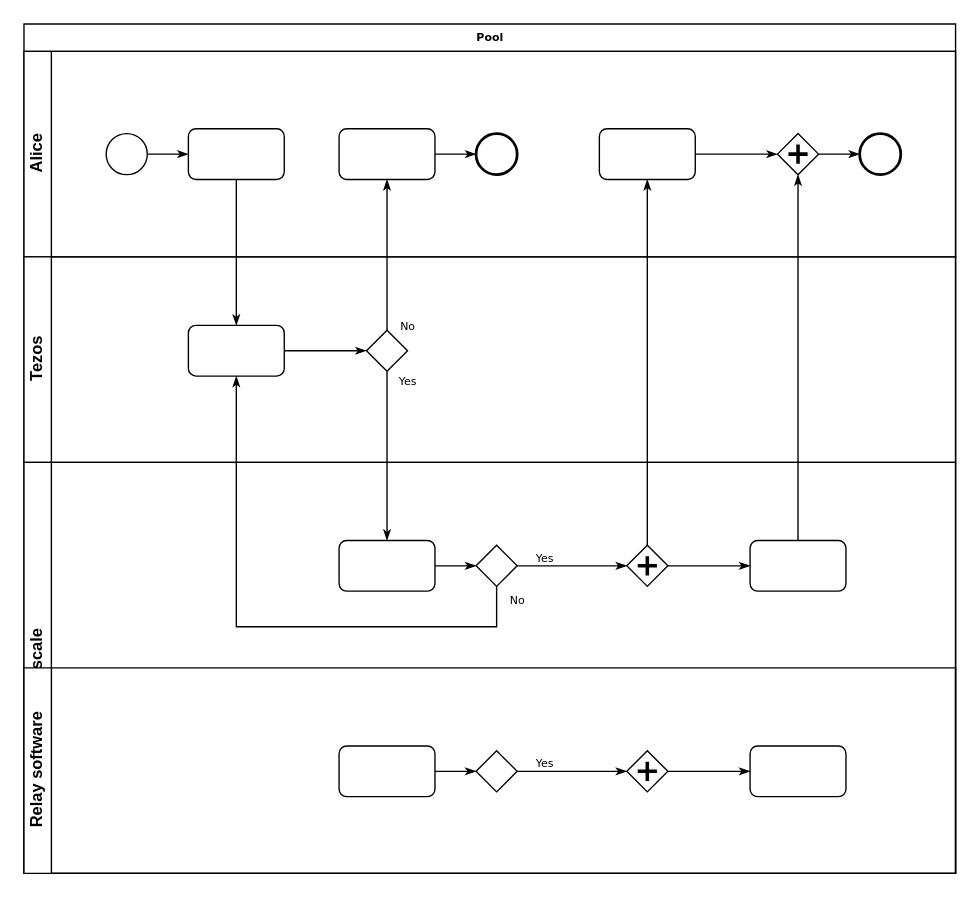
The draw.io diagram R&D/atomic-swaps/Untitled Diagram.drawio in everscale-experts/hackathon_new, before the edit. Source tidied: cells renumbered, new cells numbered last; positions are measured from the earlier drawing's top-left corner, leaving out a move shared by most shapes. Both pictures are drawn from the tidied source at 137%, with x=0, y=0 at pixel (23, 23).
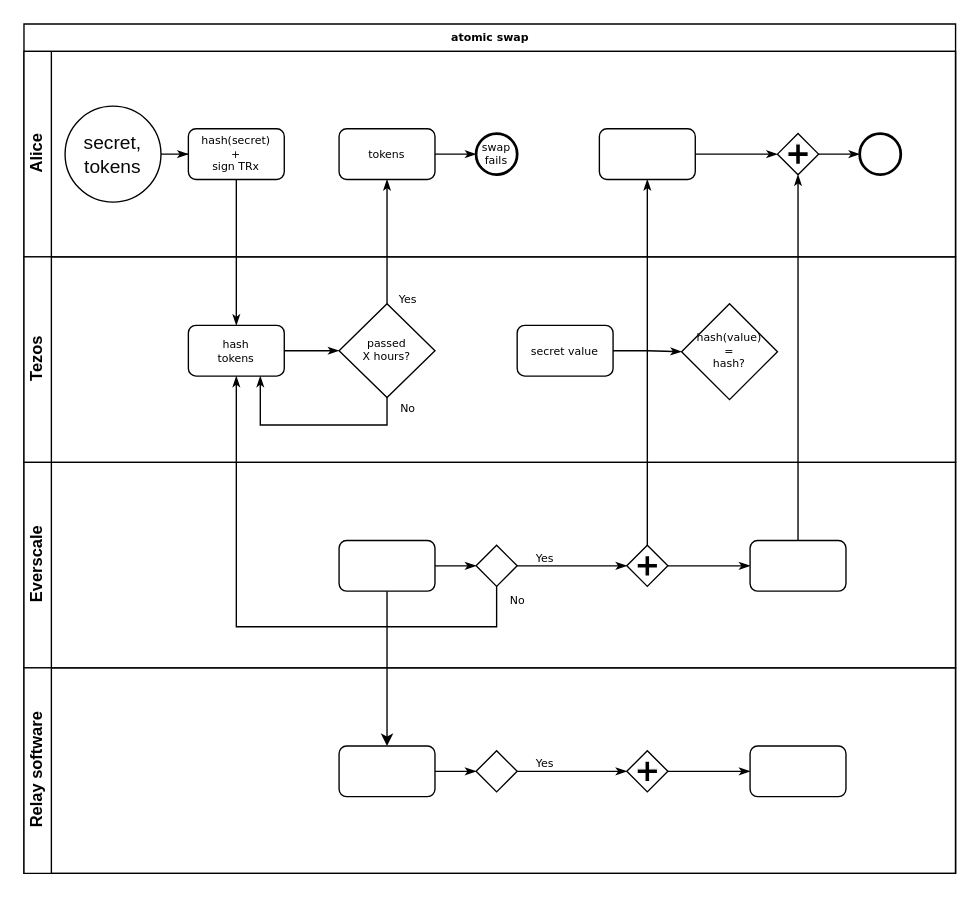
After the change.

The change refers to these unchanged cells:
```xml
<mxCell id="3" value="Alice" style="swimlane;html=1;startSize=20;horizontal=0;" parent="2" vertex="1">
  <mxGeometry y="20" width="680" height="150" as="geometry" />
</mxCell>
<mxCell id="11" style="rounded=1;whiteSpace=wrap;html=1;shadow=0;labelBackgroundColor=none;strokeWidth=1;fontFamily=Verdana;fontSize=8;align=center;" parent="3" vertex="1">
  <mxGeometry x="420" y="56.5" width="70" height="37" as="geometry" />
</mxCell>
<mxCell id="13" style="shape=mxgraph.bpmn.shape;html=1;verticalLabelPosition=bottom;labelBackgroundColor=#ffffff;verticalAlign=top;perimeter=rhombusPerimeter;background=gateway;outline=none;symbol=parallelGw;rounded=1;shadow=0;strokeWidth=1;fontFamily=Verdana;fontSize=8;align=center;" parent="3" vertex="1">
  <mxGeometry x="550" y="60" width="30" height="30" as="geometry" />
</mxCell>
<mxCell id="15" value="Tezos" style="swimlane;html=1;startSize=20;horizontal=0;" parent="2" vertex="1">
  <mxGeometry y="170" width="680" height="150" as="geometry" />
</mxCell>
<mxCell id="21" style="rounded=1;whiteSpace=wrap;html=1;shadow=0;labelBackgroundColor=none;strokeWidth=1;fontFamily=Verdana;fontSize=8;align=center;" parent="19" vertex="1">
  <mxGeometry x="230" y="57" width="70" height="37" as="geometry" />
</mxCell>
<mxCell id="23" style="strokeWidth=1;html=1;shape=mxgraph.flowchart.decision;whiteSpace=wrap;rounded=1;shadow=0;labelBackgroundColor=none;fontFamily=Verdana;fontSize=8;align=center;" parent="19" vertex="1">
  <mxGeometry x="330" y="60.5" width="30" height="30" as="geometry" />
</mxCell>
<mxCell id="25" style="shape=mxgraph.bpmn.shape;html=1;verticalLabelPosition=bottom;labelBackgroundColor=#ffffff;verticalAlign=top;perimeter=rhombusPerimeter;background=gateway;outline=none;symbol=parallelGw;rounded=1;shadow=0;strokeWidth=1;fontFamily=Verdana;fontSize=8;align=center;" parent="19" vertex="1">
  <mxGeometry x="440" y="60.5" width="30" height="30" as="geometry" />
</mxCell>
<mxCell id="26" style="rounded=1;whiteSpace=wrap;html=1;shadow=0;labelBackgroundColor=none;strokeWidth=1;fontFamily=Verdana;fontSize=8;align=center;" parent="19" vertex="1">
  <mxGeometry x="530" y="57" width="70" height="37" as="geometry" />
</mxCell>
<mxCell id="29" style="rounded=1;whiteSpace=wrap;html=1;shadow=0;labelBackgroundColor=none;strokeWidth=1;fontFamily=Verdana;fontSize=8;align=center;" parent="27" vertex="1">
  <mxGeometry x="230" y="57" width="70" height="37" as="geometry" />
</mxCell>
```

What changed in the source:
```diff
@@
-    <mxCell id="2" value="Pool" style="swimlane;html=1;horizontal=1;startSize=20;rounded=0;shadow=0;labelBackgroundColor=none;strokeWidth=1;fontFamily=Verdana;fontSize=8;align=center;" parent="1" vertex="1">
+    <mxCell id="2" value="atomic swap" style="swimlane;html=1;horizontal=1;startSize=20;rounded=0;shadow=0;labelBackgroundColor=none;strokeWidth=1;fontFamily=Verdana;fontSize=8;align=center;" parent="1" vertex="1">
       <mxGeometry width="680" height="620" as="geometry" />
     </mxCell>
@@
-    <mxCell id="5" style="ellipse;whiteSpace=wrap;html=1;rounded=0;shadow=0;labelBackgroundColor=none;strokeWidth=1;fontFamily=Verdana;fontSize=8;align=center;" parent="3" vertex="1">
-      <mxGeometry x="60" y="60" width="30" height="30" as="geometry" />
+    <mxCell id="5" value="&lt;span style=&quot;color: rgb(8 , 8 , 8) ; font-family: &amp;#34;helvetica&amp;#34; , &amp;#34;arial&amp;#34; , &amp;#34;freesans&amp;#34; , sans-serif ; font-size: 14px ; text-align: left ; background-color: rgb(255 , 255 , 255)&quot;&gt;secret,&lt;/span&gt;&lt;span style=&quot;color: rgb(8 , 8 , 8) ; font-family: &amp;#34;helvetica&amp;#34; , &amp;#34;arial&amp;#34; , &amp;#34;freesans&amp;#34; , sans-serif ; font-size: 14px ; text-align: left ; background-color: rgb(255 , 255 , 255)&quot;&gt;&lt;br&gt;tokens&lt;/span&gt;" style="ellipse;whiteSpace=wrap;html=1;rounded=0;shadow=0;labelBackgroundColor=none;strokeWidth=1;fontFamily=Verdana;fontSize=8;align=center;" parent="3" vertex="1">
+      <mxGeometry x="30" y="40" width="70" height="70" as="geometry" />
     </mxCell>
-    <mxCell id="6" style="rounded=1;whiteSpace=wrap;html=1;shadow=0;labelBackgroundColor=none;strokeWidth=1;fontFamily=Verdana;fontSize=8;align=center;" parent="3" vertex="1">
+    <mxCell id="6" value="hash(secret)&lt;br&gt;+&lt;br&gt;sign TRx" style="rounded=1;whiteSpace=wrap;html=1;shadow=0;labelBackgroundColor=none;strokeWidth=1;fontFamily=Verdana;fontSize=8;align=center;" parent="3" vertex="1">
       <mxGeometry x="120" y="56.5" width="70" height="37" as="geometry" />
     </mxCell>
@@
-    <mxCell id="8" style="rounded=1;whiteSpace=wrap;html=1;shadow=0;labelBackgroundColor=none;strokeWidth=1;fontFamily=Verdana;fontSize=8;align=center;" parent="3" vertex="1">
+    <mxCell id="8" value="tokens" style="rounded=1;whiteSpace=wrap;html=1;shadow=0;labelBackgroundColor=none;strokeWidth=1;fontFamily=Verdana;fontSize=8;align=center;" parent="3" vertex="1">
       <mxGeometry x="230" y="56.5" width="70" height="37" as="geometry" />
     </mxCell>
-    <mxCell id="9" style="ellipse;whiteSpace=wrap;html=1;rounded=0;shadow=0;labelBackgroundColor=none;strokeWidth=2;fontFamily=Verdana;fontSize=8;align=center;" parent="3" vertex="1">
+    <mxCell id="9" value="swap fails" style="ellipse;whiteSpace=wrap;html=1;rounded=0;shadow=0;labelBackgroundColor=none;strokeWidth=2;fontFamily=Verdana;fontSize=8;align=center;" parent="3" vertex="1">
       <mxGeometry x="330" y="60" width="30" height="30" as="geometry" />
     </mxCell>
@@
-    <mxCell id="17" style="rounded=1;whiteSpace=wrap;html=1;shadow=0;labelBackgroundColor=none;strokeWidth=1;fontFamily=Verdana;fontSize=8;align=center;" parent="15" vertex="1">
+    <mxCell id="17" value="hash&lt;br&gt;tokens" style="rounded=1;whiteSpace=wrap;html=1;shadow=0;labelBackgroundColor=none;strokeWidth=1;fontFamily=Verdana;fontSize=8;align=center;" parent="15" vertex="1">
       <mxGeometry x="120" y="50" width="70" height="37" as="geometry" />
     </mxCell>
-    <mxCell id="18" style="strokeWidth=1;html=1;shape=mxgraph.flowchart.decision;whiteSpace=wrap;rounded=1;shadow=0;labelBackgroundColor=none;fontFamily=Verdana;fontSize=8;align=center;" parent="15" vertex="1">
-      <mxGeometry x="250" y="53.5" width="30" height="30" as="geometry" />
+    <mxCell id="18" value="passed&lt;br&gt;X hours?" style="strokeWidth=1;html=1;shape=mxgraph.flowchart.decision;whiteSpace=wrap;rounded=1;shadow=0;labelBackgroundColor=none;fontFamily=Verdana;fontSize=8;align=center;" parent="15" vertex="1">
+      <mxGeometry x="230" y="34.2" width="70" height="68.5" as="geometry" />
     </mxCell>
+    <mxCell id="37" value="No" style="edgeStyle=orthogonalEdgeStyle;rounded=0;html=1;labelBackgroundColor=none;startArrow=none;startFill=0;startSize=5;endArrow=classicThin;endFill=1;endSize=5;jettySize=auto;strokeWidth=1;fontFamily=Verdana;fontSize=8;entryX=0.75;entryY=1;entryDx=0;entryDy=0;exitX=0.5;exitY=1;exitDx=0;exitDy=0;exitPerimeter=0;" parent="15" edge="1" source="18" target="17">
+      <mxGeometry x="-0.89" y="15" relative="1" as="geometry" />
+    </mxCell>
+    <mxCell id="41" value="hash(value)&lt;br&gt;=&lt;br&gt;hash?" style="strokeWidth=1;html=1;shape=mxgraph.flowchart.decision;whiteSpace=wrap;rounded=1;shadow=0;labelBackgroundColor=none;fontFamily=Verdana;fontSize=8;align=center;" parent="15" vertex="1">
+      <mxGeometry x="480" y="34.2" width="70" height="70" as="geometry" />
+    </mxCell>
+    <mxCell id="42" value="secret value" style="rounded=1;whiteSpace=wrap;html=1;shadow=0;labelBackgroundColor=none;strokeWidth=1;fontFamily=Verdana;fontSize=8;align=center;" parent="15" vertex="1">
+      <mxGeometry x="360" y="50" width="70" height="37" as="geometry" />
+    </mxCell>
+    <mxCell id="43" style="edgeStyle=orthogonalEdgeStyle;rounded=0;html=1;labelBackgroundColor=none;startArrow=none;startFill=0;startSize=5;endArrow=classicThin;endFill=1;endSize=5;jettySize=auto;strokeWidth=1;fontFamily=Verdana;fontSize=8;exitX=1;exitY=0.5;exitDx=0;exitDy=0;entryX=0;entryY=0.5;entryDx=0;entryDy=0;entryPerimeter=0;" parent="15" edge="1" source="42" target="41">
+      <mxGeometry relative="1" as="geometry" />
+    </mxCell>
+    <mxCell id="35" style="edgeStyle=orthogonalEdgeStyle;rounded=0;html=1;labelBackgroundColor=none;startArrow=none;startFill=0;startSize=5;endArrow=classicThin;endFill=1;endSize=5;jettySize=auto;strokeWidth=1;fontFamily=Verdana;fontSize=8;" parent="2" edge="1" source="6" target="17">
+      <mxGeometry relative="1" as="geometry" />
+    </mxCell>
+    <mxCell id="36" value="Yes" style="edgeStyle=orthogonalEdgeStyle;rounded=0;html=1;labelBackgroundColor=none;startArrow=none;startFill=0;startSize=5;endArrow=classicThin;endFill=1;endSize=5;jettySize=auto;strokeWidth=1;fontFamily=Verdana;fontSize=8;" parent="2" edge="1" source="18" target="8">
+      <mxGeometry x="-0.94" y="-15" relative="1" as="geometry" />
+    </mxCell>
+    <mxCell id="38" style="edgeStyle=orthogonalEdgeStyle;rounded=0;html=1;entryX=0.5;entryY=1;labelBackgroundColor=none;startArrow=none;startFill=0;startSize=5;endArrow=classicThin;endFill=1;endSize=5;jettySize=auto;strokeWidth=1;fontFamily=Verdana;fontSize=8;" parent="2" edge="1" source="26" target="13">
+      <mxGeometry relative="1" as="geometry" />
+    </mxCell>
+    <mxCell id="39" value="No" style="edgeStyle=orthogonalEdgeStyle;rounded=0;html=1;labelBackgroundColor=none;startArrow=none;startFill=0;startSize=5;endArrow=classicThin;endFill=1;endSize=5;jettySize=auto;strokeWidth=1;fontFamily=Verdana;fontSize=8;" parent="2" edge="1" source="23" target="17">
+      <mxGeometry x="-0.95" y="15" relative="1" as="geometry">
+        <Array as="points">
+          <mxPoint x="345" y="440" />
+          <mxPoint x="155" y="440" />
+        </Array>
+      </mxGeometry>
+    </mxCell>
+    <mxCell id="40" style="edgeStyle=orthogonalEdgeStyle;rounded=0;html=1;labelBackgroundColor=none;startArrow=none;startFill=0;startSize=5;endArrow=classicThin;endFill=1;endSize=5;jettySize=auto;strokeWidth=1;fontFamily=Verdana;fontSize=8;" parent="2" edge="1" source="25" target="11">
+      <mxGeometry relative="1" as="geometry" />
+    </mxCell>
     <mxCell id="19" value="Everscale" style="swimlane;html=1;startSize=20;horizontal=0;" parent="2" vertex="1">
-      <mxGeometry y="320" width="680" height="300" as="geometry" />
+      <mxGeometry y="320" width="680" height="150" as="geometry" />
     </mxCell>
@@
+    <mxCell id="44" style="edgeStyle=orthogonalEdgeStyle;rounded=0;jettySize=auto;html=1;" parent="19" edge="1" source="21" target="29">
+      <mxGeometry relative="1" as="geometry" />
+    </mxCell>
@@
-    <mxCell id="35" style="edgeStyle=orthogonalEdgeStyle;rounded=0;html=1;labelBackgroundColor=none;startArrow=none;startFill=0;startSize=5;endArrow=classicThin;endFill=1;endSize=5;jettySize=auto;strokeWidth=1;fontFamily=Verdana;fontSize=8;" parent="2" edge="1" source="6" target="17">
-      <mxGeometry relative="1" as="geometry" />
-    </mxCell>
-    <mxCell id="36" value="No" style="edgeStyle=orthogonalEdgeStyle;rounded=0;html=1;labelBackgroundColor=none;startArrow=none;startFill=0;startSize=5;endArrow=classicThin;endFill=1;endSize=5;jettySize=auto;strokeWidth=1;fontFamily=Verdana;fontSize=8;" parent="2" edge="1" source="18" target="8">
-      <mxGeometry x="-0.94" y="-15" relative="1" as="geometry" />
-    </mxCell>
-    <mxCell id="37" value="Yes" style="edgeStyle=orthogonalEdgeStyle;rounded=0;html=1;labelBackgroundColor=none;startArrow=none;startFill=0;startSize=5;endArrow=classicThin;endFill=1;endSize=5;jettySize=auto;strokeWidth=1;fontFamily=Verdana;fontSize=8;" parent="2" edge="1" source="18" target="21">
-      <mxGeometry x="-0.89" y="15" relative="1" as="geometry" />
-    </mxCell>
-    <mxCell id="38" style="edgeStyle=orthogonalEdgeStyle;rounded=0;html=1;entryX=0.5;entryY=1;labelBackgroundColor=none;startArrow=none;startFill=0;startSize=5;endArrow=classicThin;endFill=1;endSize=5;jettySize=auto;strokeWidth=1;fontFamily=Verdana;fontSize=8;" parent="2" edge="1" source="26" target="13">
-      <mxGeometry relative="1" as="geometry" />
-    </mxCell>
-    <mxCell id="39" value="No" style="edgeStyle=orthogonalEdgeStyle;rounded=0;html=1;labelBackgroundColor=none;startArrow=none;startFill=0;startSize=5;endArrow=classicThin;endFill=1;endSize=5;jettySize=auto;strokeWidth=1;fontFamily=Verdana;fontSize=8;" parent="2" edge="1" source="23" target="17">
-      <mxGeometry x="-0.95" y="15" relative="1" as="geometry">
-        <Array as="points">
-          <mxPoint x="345" y="440" />
-          <mxPoint x="155" y="440" />
-        </Array>
-      </mxGeometry>
-    </mxCell>
-    <mxCell id="40" style="edgeStyle=orthogonalEdgeStyle;rounded=0;html=1;labelBackgroundColor=none;startArrow=none;startFill=0;startSize=5;endArrow=classicThin;endFill=1;endSize=5;jettySize=auto;strokeWidth=1;fontFamily=Verdana;fontSize=8;" parent="2" edge="1" source="25" target="11">
-      <mxGeometry relative="1" as="geometry" />
-    </mxCell>
```
